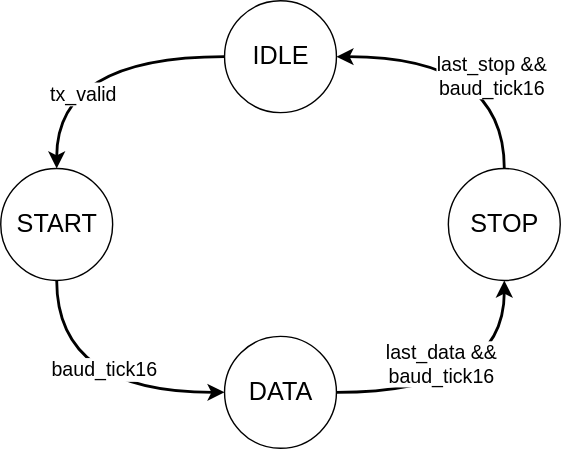
This is doc/assets/state_machine/uart_tx_state.drawio.svg from feipenghhq/UART_Controller, a draw.io export, as it was before one commit. Source tidied: cells renumbered, new cells last; positions are measured from the earlier drawing's top-left corner, leaving out a move shared by most shapes.
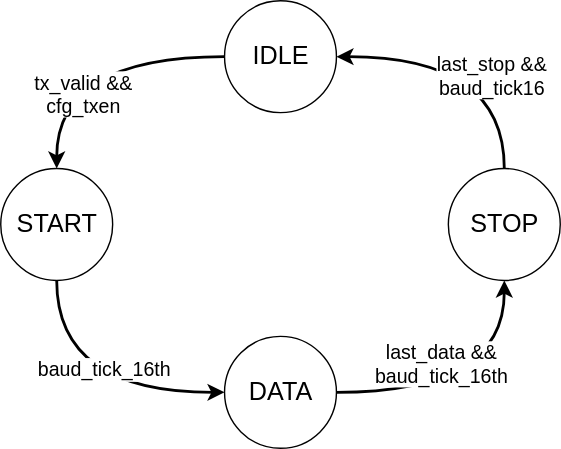
After the change.

Commit message:
Added uart_baud and uart_rx design

Change to the diagram source:
```diff
@@ -17,19 +17,19 @@
     <mxCell id="6" style="endArrow=classic;html=1;strokeWidth=2;exitX=0;exitY=0.5;exitDx=0;exitDy=0;entryX=0.5;entryY=0;entryDx=0;entryDy=0;edgeStyle=orthogonalEdgeStyle;curved=1;" parent="1" edge="1" source="2" target="3">
       <mxGeometry relative="1" as="geometry" />
     </mxCell>
-    <mxCell id="7" value="tx_valid" style="edgeLabel;html=1;align=center;verticalAlign=middle;fontSize=14;" parent="6" vertex="1">
+    <mxCell id="7" value="tx_valid &amp;amp;&amp;amp; &lt;br&gt;cfg_txen" style="edgeLabel;html=1;align=center;verticalAlign=middle;fontSize=14;" parent="6" vertex="1">
       <mxGeometry x="0.46" y="18" relative="1" as="geometry" />
     </mxCell>
     <mxCell id="8" style="endArrow=classic;html=1;strokeWidth=2;exitX=0.5;exitY=1;exitDx=0;exitDy=0;entryX=0;entryY=0.5;entryDx=0;entryDy=0;edgeStyle=orthogonalEdgeStyle;curved=1;" parent="1" edge="1" source="3" target="4">
       <mxGeometry relative="1" as="geometry" />
     </mxCell>
-    <mxCell id="9" value="baud_tick16" style="edgeLabel;html=1;align=center;verticalAlign=middle;fontSize=14;" parent="8" vertex="1">
+    <mxCell id="9" value="baud_tick_16th" style="edgeLabel;html=1;align=center;verticalAlign=middle;fontSize=14;" parent="8" vertex="1">
       <mxGeometry x="0.13" y="17" relative="1" as="geometry" />
     </mxCell>
     <mxCell id="10" style="curved=1;endArrow=classic;html=1;strokeWidth=2;entryX=0.5;entryY=1;entryDx=0;entryDy=0;exitX=1;exitY=0.5;exitDx=0;exitDy=0;edgeStyle=orthogonalEdgeStyle;" parent="1" edge="1" source="4" target="5">
       <mxGeometry relative="1" as="geometry" />
     </mxCell>
-    <mxCell id="11" value="last_data &amp;amp;&amp;amp; &lt;br style=&quot;font-size: 14px;&quot;&gt;baud_tick16" style="edgeLabel;html=1;align=center;verticalAlign=middle;fontSize=14;" parent="10" vertex="1">
+    <mxCell id="11" value="last_data &amp;amp;&amp;amp; &lt;br style=&quot;font-size: 14px;&quot;&gt;baud_tick_16th" style="edgeLabel;html=1;align=center;verticalAlign=middle;fontSize=14;" parent="10" vertex="1">
       <mxGeometry x="-0.26" y="21" relative="1" as="geometry" />
     </mxCell>
     <mxCell id="12" style="endArrow=classic;html=1;strokeWidth=2;curved=1;exitX=0.5;exitY=0;exitDx=0;exitDy=0;entryX=1;entryY=0.5;entryDx=0;entryDy=0;edgeStyle=orthogonalEdgeStyle;" parent="1" edge="1" source="5" target="2">
```
